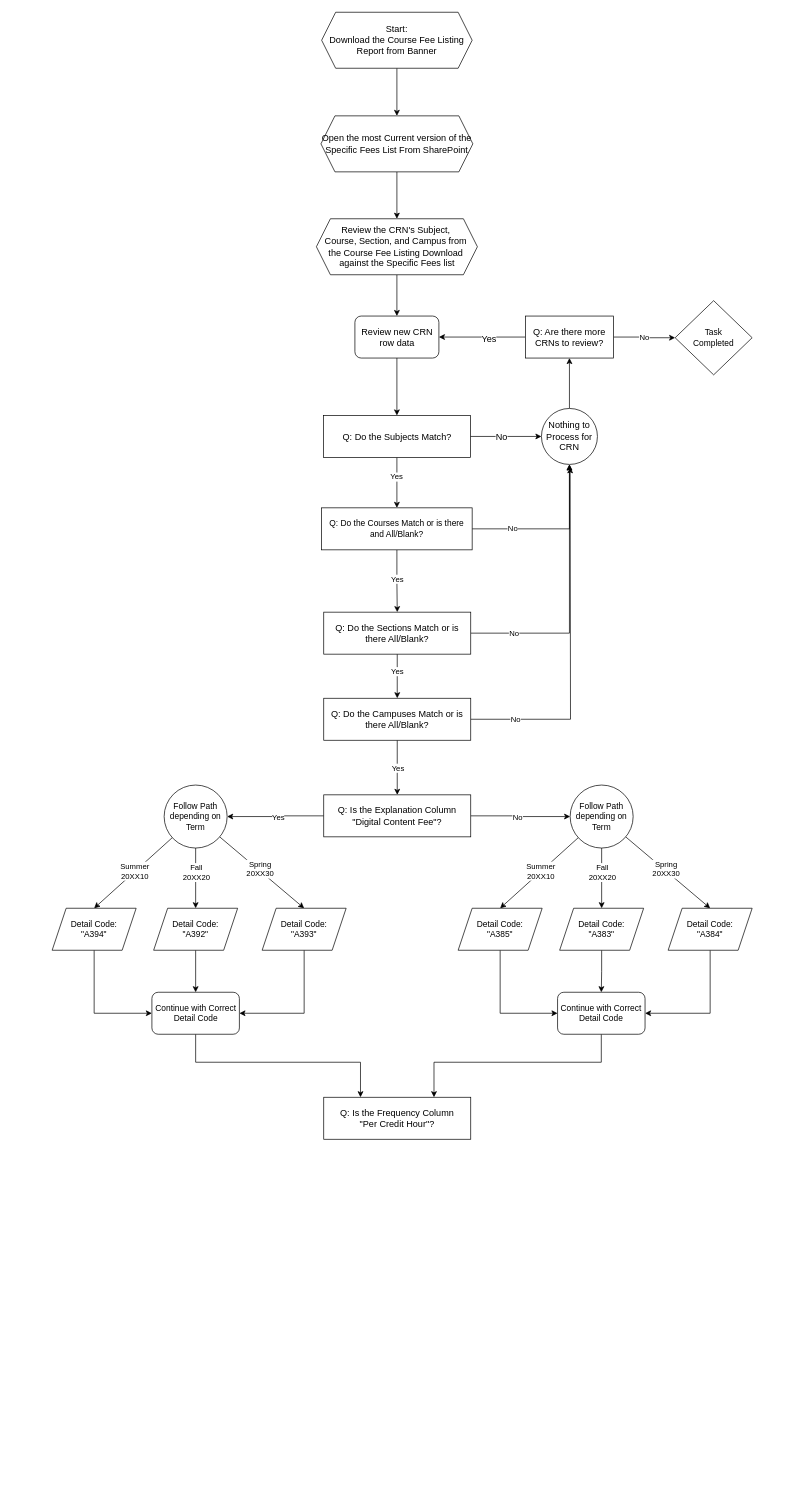
JoshuaKosakowsky/FRCC_jk keeps this draw.io diagram as Diagrams/Rate Table - Fees.drawio. Above is the earlier version. Source tidied: cells renumbered, new cells numbered last; positions are measured from the earlier drawing's top-left corner, leaving out a move shared by most shapes. Both pictures are drawn from the tidied source at 70%, with x=0, y=0 at pixel (52, 12).
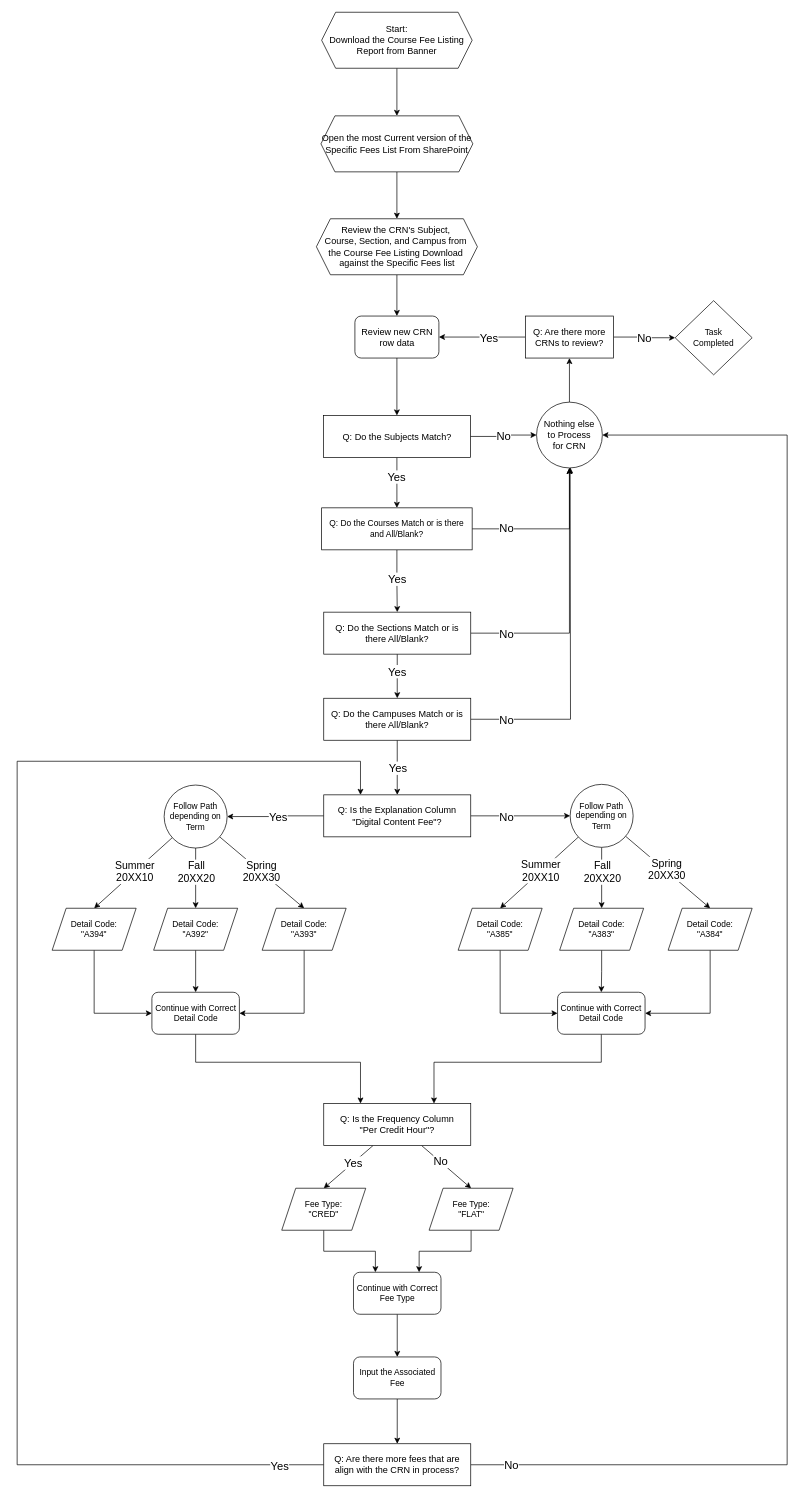
The same page after the edit.

Unchanged cells that the change refers to:
```xml
<mxCell id="2" style="edgeStyle=orthogonalEdgeStyle;rounded=0;jettySize=auto;html=1;entryX=0;entryY=0.5;entryDx=0;entryDy=0;fontSize=13;" parent="1" edge="1" source="6" target="16">
  <mxGeometry relative="1" as="geometry" />
</mxCell>
<mxCell id="4" style="edgeStyle=orthogonalEdgeStyle;rounded=0;jettySize=auto;html=1;entryX=0.5;entryY=0;entryDx=0;entryDy=0;" parent="1" edge="1" source="6" target="26">
  <mxGeometry relative="1" as="geometry" />
</mxCell>
<mxCell id="17" style="edgeStyle=orthogonalEdgeStyle;rounded=0;jettySize=auto;html=1;entryX=1;entryY=0.5;entryDx=0;entryDy=0;fontSize=13;" parent="1" edge="1" source="20" target="14">
  <mxGeometry relative="1" as="geometry" />
</mxCell>
<mxCell id="20" value="Q: Are there more CRNs to review?" style="rounded=0;whiteSpace=wrap;html=1;fontSize=13;" parent="1" vertex="1">
  <mxGeometry x="676" y="434" width="126" height="60" as="geometry" />
</mxCell>
<mxCell id="21" value="Task&lt;div&gt;Completed&lt;/div&gt;" style="rhombus;whiteSpace=wrap;html=1;" parent="1" vertex="1">
  <mxGeometry x="890" y="412" width="110" height="106" as="geometry" />
</mxCell>
<mxCell id="22" style="edgeStyle=orthogonalEdgeStyle;rounded=0;jettySize=auto;html=1;entryX=0.5;entryY=0;entryDx=0;entryDy=0;" parent="1" edge="1" source="26" target="31">
  <mxGeometry relative="1" as="geometry" />
</mxCell>
<mxCell id="24" style="edgeStyle=orthogonalEdgeStyle;rounded=0;jettySize=auto;html=1;entryX=0.5;entryY=1;entryDx=0;entryDy=0;" parent="1" edge="1" source="26" target="16">
  <mxGeometry relative="1" as="geometry" />
</mxCell>
<mxCell id="27" style="edgeStyle=orthogonalEdgeStyle;rounded=0;jettySize=auto;html=1;entryX=0.5;entryY=1;entryDx=0;entryDy=0;" parent="1" edge="1" source="31" target="16">
  <mxGeometry relative="1" as="geometry" />
</mxCell>
<mxCell id="29" style="edgeStyle=orthogonalEdgeStyle;rounded=0;jettySize=auto;html=1;entryX=0.5;entryY=0;entryDx=0;entryDy=0;" parent="1" edge="1" source="31" target="36">
  <mxGeometry relative="1" as="geometry" />
</mxCell>
<mxCell id="32" style="edgeStyle=orthogonalEdgeStyle;rounded=0;jettySize=auto;html=1;" parent="1" edge="1" source="36">
  <mxGeometry relative="1" as="geometry">
    <mxPoint x="740" y="650" as="targetPoint" />
  </mxGeometry>
</mxCell>
<mxCell id="34" style="edgeStyle=orthogonalEdgeStyle;rounded=0;jettySize=auto;html=1;entryX=0.5;entryY=0;entryDx=0;entryDy=0;" parent="1" edge="1" source="36" target="41">
  <mxGeometry relative="1" as="geometry" />
</mxCell>
<mxCell id="37" style="edgeStyle=orthogonalEdgeStyle;rounded=0;jettySize=auto;html=1;entryX=1;entryY=0.5;entryDx=0;entryDy=0;" parent="1" edge="1" source="41" target="48">
  <mxGeometry relative="1" as="geometry" />
</mxCell>
<mxCell id="39" style="edgeStyle=orthogonalEdgeStyle;rounded=0;jettySize=auto;html=1;entryX=0;entryY=0.5;entryDx=0;entryDy=0;" parent="1" edge="1" source="41" target="61">
  <mxGeometry relative="1" as="geometry" />
</mxCell>
<mxCell id="41" value="Q: Is the Explanation Column&lt;div&gt;&quot;Digital Content Fee&quot;?&lt;/div&gt;" style="rounded=0;whiteSpace=wrap;html=1;fontSize=13;" parent="1" vertex="1">
  <mxGeometry x="388" y="1118" width="210" height="60" as="geometry" />
</mxCell>
<mxCell id="42" style="rounded=0;jettySize=auto;html=1;entryX=0.5;entryY=0;entryDx=0;entryDy=0;" parent="1" edge="1" source="48" target="50">
  <mxGeometry relative="1" as="geometry" />
</mxCell>
<mxCell id="44" style="rounded=0;jettySize=auto;html=1;entryX=0.5;entryY=0;entryDx=0;entryDy=0;" parent="1" edge="1" source="48" target="54">
  <mxGeometry relative="1" as="geometry" />
</mxCell>
<mxCell id="46" style="edgeStyle=orthogonalEdgeStyle;rounded=0;jettySize=auto;html=1;entryX=0.5;entryY=0;entryDx=0;entryDy=0;" parent="1" edge="1" source="48" target="52">
  <mxGeometry relative="1" as="geometry" />
</mxCell>
<mxCell id="55" style="rounded=0;jettySize=auto;html=1;entryX=0.5;entryY=0;entryDx=0;entryDy=0;" parent="1" edge="1" source="61" target="63">
  <mxGeometry relative="1" as="geometry" />
</mxCell>
<mxCell id="57" style="rounded=0;jettySize=auto;html=1;entryX=0.5;entryY=0;entryDx=0;entryDy=0;" parent="1" edge="1" source="61" target="67">
  <mxGeometry relative="1" as="geometry" />
</mxCell>
<mxCell id="59" style="edgeStyle=orthogonalEdgeStyle;rounded=0;jettySize=auto;html=1;entryX=0.5;entryY=0;entryDx=0;entryDy=0;" parent="1" edge="1" source="61" target="65">
  <mxGeometry relative="1" as="geometry" />
</mxCell>
```

Diff of the diagram source:
```diff
@@
-    <mxCell id="3" value="No" style="edgeLabel;html=1;align=center;verticalAlign=middle;fontSize=13;" parent="2" vertex="1">
-      <mxGeometry x="-0.14" y="1" relative="1" as="geometry" />
+    <mxCell id="3" value="No" style="edgeLabel;html=1;align=center;verticalAlign=middle;fontSize=16;" parent="2" vertex="1">
+      <mxGeometry x="-0.14" y="1" relative="1" as="geometry">
+        <mxPoint x="6" as="offset" />
+      </mxGeometry>
     </mxCell>
@@
-    <mxCell id="5" value="Yes" style="edgeLabel;html=1;align=center;verticalAlign=middle;" parent="4" vertex="1">
+    <mxCell id="5" value="Yes" style="edgeLabel;html=1;align=center;verticalAlign=middle;fontSize=16;" parent="4" vertex="1">
       <mxGeometry x="-0.26" y="2" relative="1" as="geometry">
         <mxPoint x="-3" as="offset" />
       </mxGeometry>
     </mxCell>
@@
-    <mxCell id="16" value="Nothing to Process for CRN" style="ellipse;whiteSpace=wrap;html=1;fontSize=13;" parent="1" vertex="1">
-      <mxGeometry x="699" y="566" width="80" height="80" as="geometry" />
+    <mxCell id="16" value="Nothing else&lt;div&gt;&lt;span style=&quot;background-color: transparent; color: light-dark(rgb(0, 0, 0), rgb(255, 255, 255));&quot;&gt;to Process&lt;/span&gt;&lt;/div&gt;&lt;div&gt;&lt;span style=&quot;background-color: transparent; color: light-dark(rgb(0, 0, 0), rgb(255, 255, 255));&quot;&gt;for CRN&lt;/span&gt;&lt;/div&gt;" style="ellipse;whiteSpace=wrap;html=1;fontSize=13;" parent="1" vertex="1">
+      <mxGeometry x="692" y="557" width="94" height="94" as="geometry" />
     </mxCell>
@@
-    <mxCell id="18" value="Yes" style="edgeLabel;html=1;align=center;verticalAlign=middle;fontSize=13;" parent="17" vertex="1">
+    <mxCell id="18" value="Yes" style="edgeLabel;html=1;align=center;verticalAlign=middle;fontSize=16;" parent="17" vertex="1">
       <mxGeometry x="-0.14" y="5" relative="1" as="geometry">
         <mxPoint y="-4" as="offset" />
       </mxGeometry>
     </mxCell>
-    <mxCell id="19" value="No" style="edgeStyle=orthogonalEdgeStyle;rounded=0;jettySize=auto;html=1;" parent="1" edge="1" source="20" target="21">
+    <mxCell id="19" value="No" style="edgeStyle=orthogonalEdgeStyle;rounded=0;jettySize=auto;html=1;fontSize=16;" parent="1" edge="1" source="20" target="21">
       <mxGeometry relative="1" as="geometry" />
     </mxCell>
@@
-    <mxCell id="23" value="Yes" style="edgeLabel;html=1;align=center;verticalAlign=middle;" parent="22" vertex="1">
+    <mxCell id="23" value="Yes" style="edgeLabel;html=1;align=center;verticalAlign=middle;fontSize=16;" parent="22" vertex="1">
       <mxGeometry x="-0.08" y="4" relative="1" as="geometry">
         <mxPoint x="-4" as="offset" />
       </mxGeometry>
     </mxCell>
@@
-    <mxCell id="25" value="No" style="edgeLabel;html=1;align=center;verticalAlign=middle;" parent="24" vertex="1">
+    <mxCell id="25" value="No" style="edgeLabel;html=1;align=center;verticalAlign=middle;fontSize=16;" parent="24" vertex="1">
       <mxGeometry x="-0.28" y="2" relative="1" as="geometry">
-        <mxPoint x="-26" as="offset" />
+        <mxPoint x="-33" as="offset" />
       </mxGeometry>
     </mxCell>
@@
-    <mxCell id="28" value="No" style="edgeLabel;html=1;align=center;verticalAlign=middle;" parent="27" vertex="1">
+    <mxCell id="28" value="No" style="edgeLabel;html=1;align=center;verticalAlign=middle;fontSize=16;" parent="27" vertex="1">
       <mxGeometry x="-0.79" y="-1" relative="1" as="geometry">
-        <mxPoint x="21" y="-1" as="offset" />
+        <mxPoint x="10" y="-1" as="offset" />
       </mxGeometry>
     </mxCell>
@@
-    <mxCell id="30" value="Yes" style="edgeLabel;html=1;align=center;verticalAlign=middle;" parent="29" vertex="1">
+    <mxCell id="30" value="Yes" style="edgeLabel;html=1;align=center;verticalAlign=middle;fontSize=16;" parent="29" vertex="1">
       <mxGeometry x="-0.24" y="-1" relative="1" as="geometry" />
     </mxCell>
@@
-    <mxCell id="33" value="No" style="edgeLabel;html=1;align=center;verticalAlign=middle;" parent="32" vertex="1">
+    <mxCell id="33" value="No" style="edgeLabel;html=1;align=center;verticalAlign=middle;fontSize=16;" parent="32" vertex="1">
       <mxGeometry x="-0.75" y="-3" relative="1" as="geometry">
-        <mxPoint y="-3" as="offset" />
+        <mxPoint x="-13" y="-3" as="offset" />
       </mxGeometry>
     </mxCell>
@@
-    <mxCell id="35" value="Yes" style="edgeLabel;html=1;align=center;verticalAlign=middle;" parent="34" vertex="1">
+    <mxCell id="35" value="Yes" style="edgeLabel;html=1;align=center;verticalAlign=middle;fontSize=16;" parent="34" vertex="1">
       <mxGeometry x="0.01" y="3" relative="1" as="geometry">
         <mxPoint x="-3" as="offset" />
       </mxGeometry>
     </mxCell>
@@
-    <mxCell id="38" value="Yes" style="edgeLabel;html=1;align=center;verticalAlign=middle;" parent="37" vertex="1">
+    <mxCell id="38" value="Yes" style="edgeLabel;html=1;align=center;verticalAlign=middle;fontSize=16;" parent="37" vertex="1">
       <mxGeometry x="-0.07" y="7" relative="1" as="geometry">
         <mxPoint x="-1" y="-6" as="offset" />
       </mxGeometry>
     </mxCell>
@@
-    <mxCell id="40" value="No" style="edgeLabel;html=1;align=center;verticalAlign=middle;" parent="39" vertex="1">
+    <mxCell id="40" value="No" style="edgeLabel;html=1;align=center;verticalAlign=middle;fontSize=16;" parent="39" vertex="1">
       <mxGeometry x="-0.08" y="-4" relative="1" as="geometry">
-        <mxPoint y="-3" as="offset" />
+        <mxPoint x="-15" y="-3" as="offset" />
       </mxGeometry>
     </mxCell>
@@
-    <mxCell id="43" value="Summer&lt;div&gt;20XX10&lt;/div&gt;" style="edgeLabel;html=1;align=center;verticalAlign=middle;" parent="42" vertex="1">
+    <mxCell id="43" value="Summer&lt;div&gt;20XX10&lt;/div&gt;" style="edgeLabel;html=1;align=center;verticalAlign=middle;fontSize=15;" parent="42" vertex="1">
       <mxGeometry x="0.21" relative="1" as="geometry">
         <mxPoint x="13" y="-14" as="offset" />
       </mxGeometry>
     </mxCell>
@@
-    <mxCell id="45" value="Spring&lt;div&gt;20XX30&lt;/div&gt;" style="edgeLabel;html=1;align=center;verticalAlign=middle;" parent="44" vertex="1">
+    <mxCell id="45" value="Spring&lt;div&gt;20XX30&lt;/div&gt;" style="edgeLabel;html=1;align=center;verticalAlign=middle;fontSize=15;" parent="44" vertex="1">
       <mxGeometry x="-0.19" y="4" relative="1" as="geometry">
-        <mxPoint x="6" y="7" as="offset" />
+        <mxPoint x="8" y="10" as="offset" />
       </mxGeometry>
     </mxCell>
@@
-    <mxCell id="47" value="Fall&lt;div&gt;20XX20&lt;/div&gt;" style="edgeLabel;html=1;align=center;verticalAlign=middle;" parent="46" vertex="1">
+    <mxCell id="47" value="Fall&lt;div&gt;20XX20&lt;/div&gt;" style="edgeLabel;html=1;align=center;verticalAlign=middle;fontSize=15;" parent="46" vertex="1">
       <mxGeometry x="-0.1" relative="1" as="geometry">
-        <mxPoint y="-5" as="offset" />
+        <mxPoint y="-6" as="offset" />
       </mxGeometry>
     </mxCell>
@@
-    <mxCell id="56" value="Summer&lt;div&gt;20XX10&lt;/div&gt;" style="edgeLabel;html=1;align=center;verticalAlign=middle;" parent="55" vertex="1">
+    <mxCell id="56" value="Summer&lt;div&gt;20XX10&lt;/div&gt;" style="edgeLabel;html=1;align=center;verticalAlign=middle;fontSize=15;" parent="55" vertex="1">
       <mxGeometry x="0.21" relative="1" as="geometry">
         <mxPoint x="13" y="-14" as="offset" />
       </mxGeometry>
     </mxCell>
@@
-    <mxCell id="58" value="Spring&lt;div&gt;20XX30&lt;/div&gt;" style="edgeLabel;html=1;align=center;verticalAlign=middle;" parent="57" vertex="1">
+    <mxCell id="58" value="Spring&lt;div&gt;20XX30&lt;/div&gt;" style="edgeLabel;html=1;align=center;verticalAlign=middle;fontSize=15;" parent="57" vertex="1">
       <mxGeometry x="-0.19" y="4" relative="1" as="geometry">
-        <mxPoint x="6" y="7" as="offset" />
+        <mxPoint x="7" y="8" as="offset" />
       </mxGeometry>
     </mxCell>
@@
-    <mxCell id="60" value="Fall&lt;div&gt;20XX20&lt;/div&gt;" style="edgeLabel;html=1;align=center;verticalAlign=middle;" parent="59" vertex="1">
+    <mxCell id="60" value="Fall&lt;div&gt;20XX20&lt;/div&gt;" style="edgeLabel;html=1;align=center;verticalAlign=middle;fontSize=15;" parent="59" vertex="1">
       <mxGeometry x="-0.1" relative="1" as="geometry">
         <mxPoint y="-5" as="offset" />
       </mxGeometry>
     </mxCell>
     <mxCell id="61" value="Follow Path depending on Term" style="ellipse;whiteSpace=wrap;html=1;" parent="1" vertex="1">
-      <mxGeometry x="740" y="1104" width="90" height="90" as="geometry" />
+      <mxGeometry x="740" y="1103" width="90" height="90" as="geometry" />
     </mxCell>
@@
+    <mxCell id="73" style="rounded=0;jettySize=auto;html=1;entryX=0.5;entryY=0;entryDx=0;entryDy=0;" parent="1" edge="1" source="72" target="78">
+      <mxGeometry relative="1" as="geometry" />
+    </mxCell>
+    <mxCell id="74" value="No" style="edgeLabel;html=1;align=center;verticalAlign=middle;fontSize=16;" parent="73" vertex="1">
+      <mxGeometry x="-0.24" relative="1" as="geometry" />
+    </mxCell>
+    <mxCell id="75" style="rounded=0;jettySize=auto;html=1;entryX=0.5;entryY=0;entryDx=0;entryDy=0;" parent="1" edge="1" source="72" target="80">
+      <mxGeometry relative="1" as="geometry" />
+    </mxCell>
+    <mxCell id="76" value="Yes" style="edgeLabel;html=1;align=center;verticalAlign=middle;fontSize=16;" parent="75" vertex="1">
+      <mxGeometry x="-0.26" y="1" relative="1" as="geometry">
+        <mxPoint x="-4" y="1" as="offset" />
+      </mxGeometry>
+    </mxCell>
     <mxCell id="72" value="Q: Is the Frequency Column&lt;div&gt;&quot;Per Credit Hour&quot;?&lt;/div&gt;" style="rounded=0;whiteSpace=wrap;html=1;fontSize=13;" parent="1" vertex="1">
-      <mxGeometry x="388" y="1550" width="210" height="60" as="geometry" />
+      <mxGeometry x="388" y="1559" width="210" height="60" as="geometry" />
     </mxCell>
+    <mxCell id="77" style="edgeStyle=orthogonalEdgeStyle;rounded=0;jettySize=auto;html=1;entryX=0.75;entryY=0;entryDx=0;entryDy=0;" parent="1" edge="1" source="78" target="82">
+      <mxGeometry relative="1" as="geometry" />
+    </mxCell>
+    <mxCell id="78" value="Fee Type:&lt;div&gt;&quot;FLAT&quot;&lt;/div&gt;" style="shape=parallelogram;perimeter=parallelogramPerimeter;whiteSpace=wrap;html=1;fixedSize=1;" parent="1" vertex="1">
+      <mxGeometry x="538.5" y="1680" width="120" height="60" as="geometry" />
+    </mxCell>
+    <mxCell id="79" style="edgeStyle=orthogonalEdgeStyle;rounded=0;jettySize=auto;html=1;entryX=0.25;entryY=0;entryDx=0;entryDy=0;" parent="1" edge="1" source="80" target="82">
+      <mxGeometry relative="1" as="geometry" />
+    </mxCell>
+    <mxCell id="80" value="Fee Type:&lt;div&gt;&quot;CRED&quot;&lt;/div&gt;" style="shape=parallelogram;perimeter=parallelogramPerimeter;whiteSpace=wrap;html=1;fixedSize=1;" parent="1" vertex="1">
+      <mxGeometry x="328" y="1680" width="120" height="60" as="geometry" />
+    </mxCell>
+    <mxCell id="81" style="edgeStyle=orthogonalEdgeStyle;rounded=0;jettySize=auto;html=1;entryX=0.5;entryY=0;entryDx=0;entryDy=0;" parent="1" edge="1" source="82" target="84">
+      <mxGeometry relative="1" as="geometry" />
+    </mxCell>
+    <mxCell id="82" value="Continue with Correct Fee Type" style="rounded=1;whiteSpace=wrap;html=1;" parent="1" vertex="1">
+      <mxGeometry x="430.5" y="1800" width="125" height="60" as="geometry" />
+    </mxCell>
+    <mxCell id="83" style="edgeStyle=orthogonalEdgeStyle;rounded=0;jettySize=auto;html=1;" parent="1" edge="1" source="84" target="89">
+      <mxGeometry relative="1" as="geometry" />
+    </mxCell>
+    <mxCell id="84" value="Input the Associated Fee" style="rounded=1;whiteSpace=wrap;html=1;" parent="1" vertex="1">
+      <mxGeometry x="430.5" y="1921" width="125" height="60" as="geometry" />
+    </mxCell>
+    <mxCell id="85" style="edgeStyle=orthogonalEdgeStyle;rounded=0;jettySize=auto;html=1;entryX=0.25;entryY=0;entryDx=0;entryDy=0;" parent="1" edge="1" source="89" target="41">
+      <mxGeometry relative="1" as="geometry">
+        <Array as="points">
+          <mxPoint x="-50" y="2075" />
+          <mxPoint x="-50" y="1070" />
+          <mxPoint x="440" y="1070" />
+        </Array>
+      </mxGeometry>
+    </mxCell>
+    <mxCell id="86" value="Yes" style="edgeLabel;html=1;align=center;verticalAlign=middle;fontSize=16;" parent="85" vertex="1">
+      <mxGeometry x="-0.82" y="3" relative="1" as="geometry">
+        <mxPoint x="114" y="-2" as="offset" />
+      </mxGeometry>
+    </mxCell>
+    <mxCell id="87" style="edgeStyle=orthogonalEdgeStyle;rounded=0;jettySize=auto;html=1;entryX=1;entryY=0.5;entryDx=0;entryDy=0;" parent="1" edge="1" source="89" target="16">
+      <mxGeometry relative="1" as="geometry">
+        <Array as="points">
+          <mxPoint x="1050" y="2075" />
+          <mxPoint x="1050" y="604" />
+        </Array>
+      </mxGeometry>
+    </mxCell>
+    <mxCell id="88" value="No" style="edgeLabel;html=1;align=center;verticalAlign=middle;fontSize=16;" parent="87" vertex="1">
+      <mxGeometry x="-0.92" y="-6" relative="1" as="geometry">
+        <mxPoint x="-30" y="-7" as="offset" />
+      </mxGeometry>
+    </mxCell>
+    <mxCell id="89" value="Q: Are there more fees that are align with the CRN in process?" style="rounded=0;whiteSpace=wrap;html=1;fontSize=13;" parent="1" vertex="1">
+      <mxGeometry x="388" y="2045" width="210" height="60" as="geometry" />
+    </mxCell>
```
